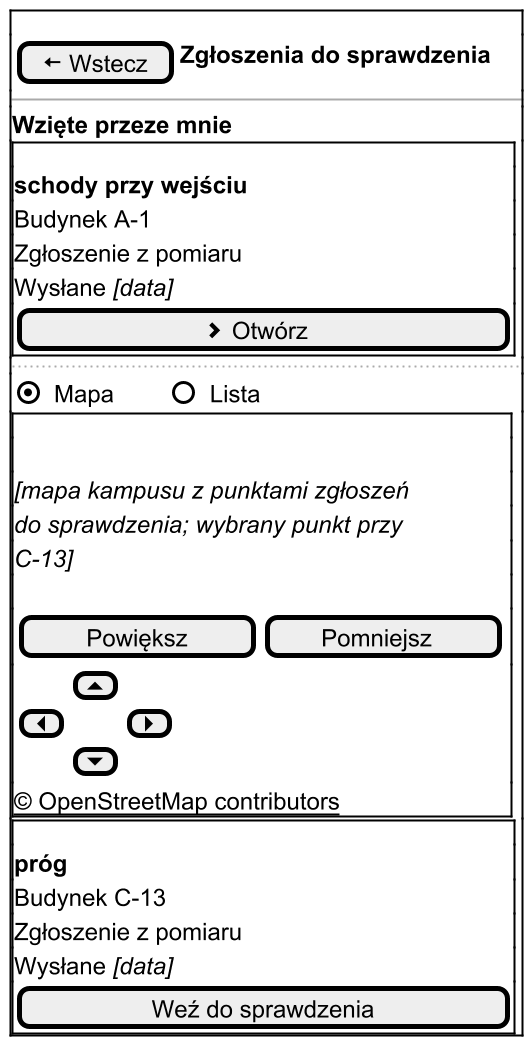
Above: docs/docs/_generated/m-r1-kolejka-weryfikacji-mapa.png in dostepny-kampus/dostepny-kampus (PlantUML), before the change.
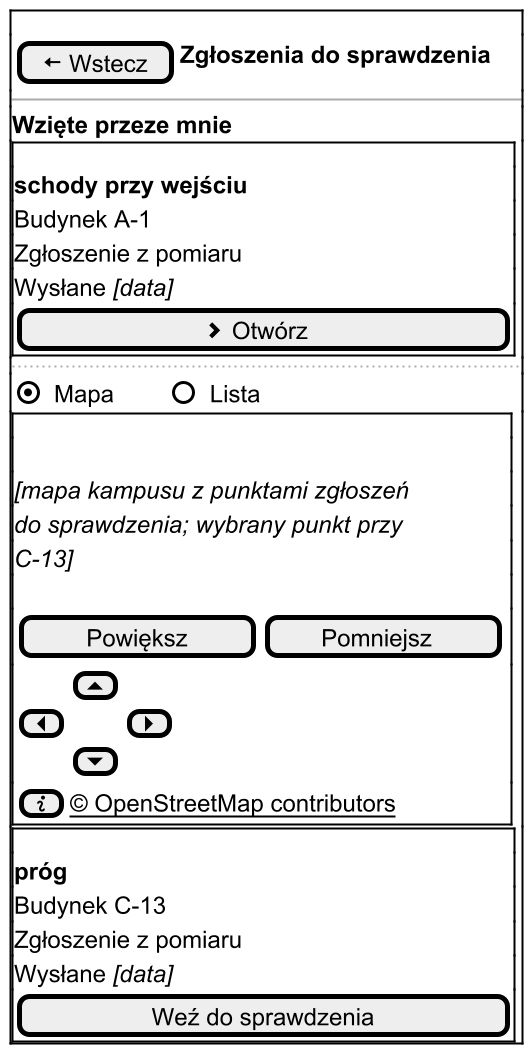
Later version of the same file.

The edit, as a diff of the source:
```diff
@@ -1,6 +1,7 @@
 @startsalt
 ' R1 Kolejka weryfikacji, stan zwykły, widok mapy, Weryfikator wybrał punkt na mapie.
-' Atrybucja OSM na mapie, podkreślona jako odnośnik do strony praw autorskich (NFR-37).
+' Atrybucja OSM na mapie, podkreślona jako odnośnik do strony praw autorskich, i „ⓘ” ze źródłami
+' jak na V1 (NFR-37, decyzja 93).
 !include _wspolne.iuml
 $ekran_poczatek()
 $naglowek("Zgłoszenia do sprawdzenia")
@@ -14,7 +15,7 @@
 }
 ..
 $przelacznik("Mapa", "Lista", 1)
-$mapa("mapa kampusu z punktami zgłoszeń do sprawdzenia; wybrany punkt przy C-13", "", "mapa")
+$mapa("mapa kampusu z punktami zgłoszeń do sprawdzenia; wybrany punkt przy C-13", "", "info")
 $ramka()
 <b>próg</b>
 Budynek C-13
```
